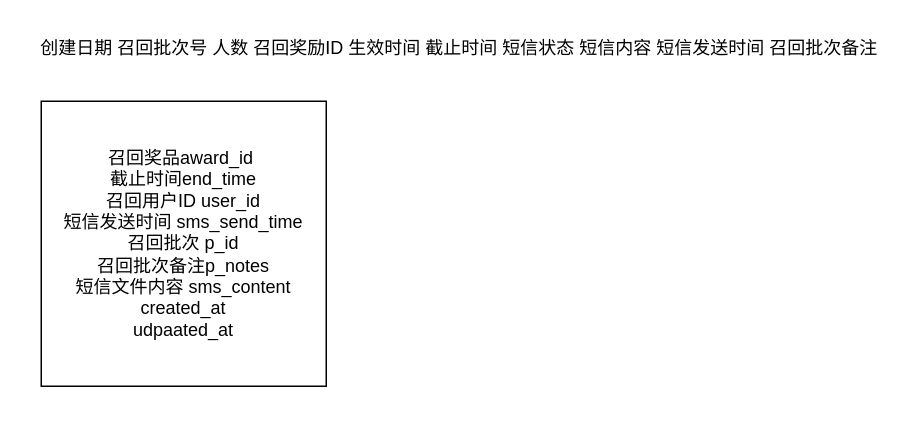
yintianyugithub/frameworkeDesin keeps this draw.io diagram as table.drawio. Above is the earlier version. Source tidied: cells renumbered, new cells numbered last; positions are measured from the earlier drawing's top-left corner, leaving out a move shared by most shapes. Both pictures are drawn from the tidied source at 150%, with x=0, y=0 at pixel (26, 26).
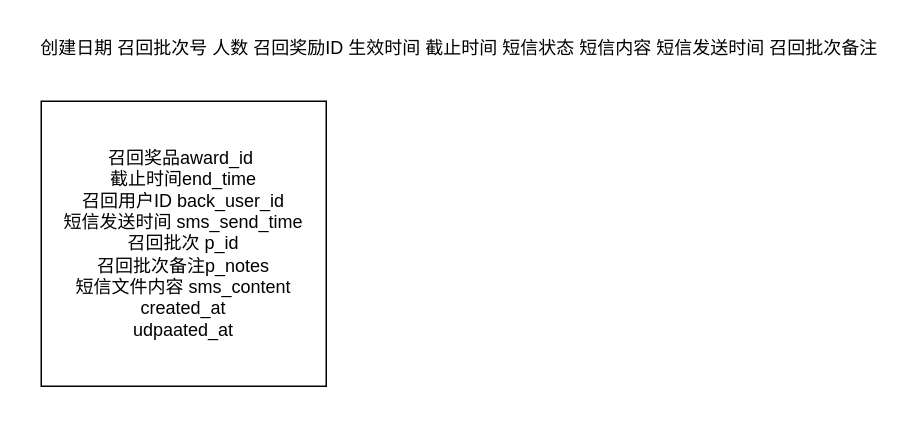
The same page after the edit.

Change to the diagram source:
```diff
@@
 <mxGraphModel>
   <root>
     <mxCell id="0" />
     <mxCell id="1" parent="0" />
     <mxCell id="2" value="创建日期 召回批次号 人数 召回奖励ID 生效时间 截止时间 短信状态 短信内容 短信发送时间 召回批次备注&amp;nbsp;" style="text;html=1;align=center;verticalAlign=middle;strokeColor=none;fillColor=none;" parent="1" vertex="1">
       <mxGeometry width="580" height="30" as="geometry" />
     </mxCell>
-    <mxCell id="3" value="召回奖品award_id&amp;nbsp;&lt;br&gt;截止时间end_time&lt;br&gt;召回用户ID user_id&lt;br&gt;短信发送时间 sms_send_time&lt;br&gt;召回批次 p_id&lt;br&gt;召回批次备注p_notes&lt;br&gt;短信文件内容 sms_content&lt;br&gt;created_at&lt;br&gt;udpaated_at" style="whiteSpace=wrap;html=1;" parent="1" vertex="1">
+    <mxCell id="3" value="召回奖品award_id&amp;nbsp;&lt;br&gt;截止时间end_time&lt;br&gt;召回用户ID back_user_id&lt;br&gt;短信发送时间 sms_send_time&lt;br&gt;召回批次 p_id&lt;br&gt;召回批次备注p_notes&lt;br&gt;短信文件内容 sms_content&lt;br&gt;created_at&lt;br&gt;udpaated_at" style="whiteSpace=wrap;html=1;" parent="1" vertex="1">
       <mxGeometry x="10" y="50" width="190" height="190" as="geometry" />
     </mxCell>
     <mxCell id="4" style="edgeStyle=orthogonalEdgeStyle;rounded=0;orthogonalLoop=1;jettySize=auto;html=1;exitX=0.5;exitY=1;exitDx=0;exitDy=0;" parent="1" edge="1" source="3" target="3">
       <mxGeometry relative="1" as="geometry" />
     </mxCell>
   </root>
 </mxGraphModel>
```
